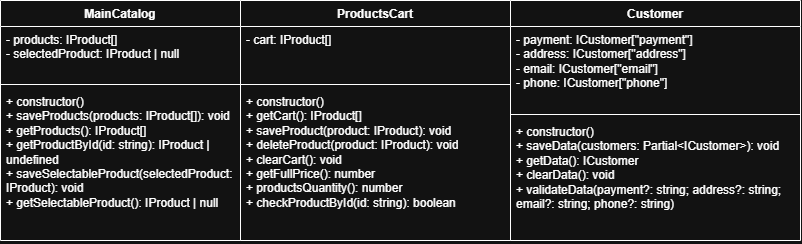
This is public/classes.png from viceede/weblarek, a draw.io export, as it was before one commit. Source tidied: cells renumbered, new cells last; positions are measured from the earlier drawing's top-left corner, leaving out a move shared by most shapes. The source it was exported from:
```xml
<mxGraphModel>
  <root>
    <mxCell id="0" />
    <mxCell id="1" parent="0" />
    <mxCell id="2" value="MainCatalog" style="swimlane;fontStyle=1;align=center;verticalAlign=top;horizontal=1;startSize=26;whiteSpace=wrap;html=1;" parent="1" vertex="1">
      <mxGeometry width="240" height="240" as="geometry" />
    </mxCell>
    <mxCell id="3" value="- products: IProduct[]&lt;div&gt;- selectedProduct: IProduct | null&lt;/div&gt;" style="text;strokeColor=none;fillColor=none;align=left;verticalAlign=top;spacingLeft=4;spacingRight=4;overflow=hidden;whiteSpace=wrap;html=1;" parent="2" vertex="1">
      <mxGeometry y="26" width="240" height="54" as="geometry" />
    </mxCell>
    <mxCell id="4" style="line;strokeWidth=1;fillColor=none;align=left;verticalAlign=middle;spacingTop=-1;spacingLeft=3;spacingRight=3;labelPosition=right;strokeColor=inherit;" parent="2" vertex="1">
      <mxGeometry y="80" width="240" height="8" as="geometry" />
    </mxCell>
    <mxCell id="5" value="+ constructor()&lt;div&gt;+ saveProducts(products: IProduct[]): void&lt;/div&gt;&lt;div&gt;+ getProducts(): IProduct[]&lt;/div&gt;&lt;div&gt;+ getProductById(id: string): IProduct | undefined&lt;/div&gt;&lt;div&gt;+ saveSelectableProduct(selectedProduct: IProduct): void&lt;/div&gt;&lt;div&gt;+ getSelectableProduct(): IProduct | null&lt;br&gt;&lt;div&gt;&lt;br&gt;&lt;/div&gt;&lt;/div&gt;" style="text;strokeColor=none;fillColor=none;align=left;verticalAlign=top;spacingLeft=4;spacingRight=4;overflow=hidden;whiteSpace=wrap;html=1;" parent="2" vertex="1">
      <mxGeometry y="88" width="240" height="152" as="geometry" />
    </mxCell>
    <mxCell id="6" value="ProductsCart" style="swimlane;fontStyle=1;align=center;verticalAlign=top;horizontal=1;startSize=26;whiteSpace=wrap;html=1;" parent="1" vertex="1">
      <mxGeometry x="240" width="270" height="240" as="geometry" />
    </mxCell>
    <mxCell id="7" value="- cart: IProduct[]" style="text;strokeColor=none;fillColor=none;align=left;verticalAlign=top;spacingLeft=4;spacingRight=4;overflow=hidden;whiteSpace=wrap;html=1;" parent="6" vertex="1">
      <mxGeometry y="26" width="270" height="54" as="geometry" />
    </mxCell>
    <mxCell id="8" style="line;strokeWidth=1;fillColor=none;align=left;verticalAlign=middle;spacingTop=-1;spacingLeft=3;spacingRight=3;labelPosition=right;strokeColor=inherit;" parent="6" vertex="1">
      <mxGeometry y="80" width="270" height="8" as="geometry" />
    </mxCell>
    <mxCell id="9" value="+ constructor()&lt;div&gt;+ getCart(): IProduct[]&lt;/div&gt;&lt;div&gt;+ saveProduct(product: IProduct): void&lt;/div&gt;&lt;div&gt;+ deleteProduct(product: IProduct): void&lt;/div&gt;&lt;div&gt;+ clearCart(): void&lt;/div&gt;&lt;div&gt;+ getFullPrice(): number&lt;/div&gt;&lt;div&gt;+ productsQuantity(): number&lt;/div&gt;&lt;div&gt;+ checkProductById(id: string): boolean&lt;/div&gt;" style="text;strokeColor=none;fillColor=none;align=left;verticalAlign=top;spacingLeft=4;spacingRight=4;overflow=hidden;whiteSpace=wrap;html=1;" parent="6" vertex="1">
      <mxGeometry y="88" width="270" height="152" as="geometry" />
    </mxCell>
    <mxCell id="10" value="Customer" style="swimlane;fontStyle=1;align=center;verticalAlign=top;horizontal=1;startSize=26;whiteSpace=wrap;html=1;" parent="1" vertex="1">
      <mxGeometry x="510" width="290" height="240" as="geometry" />
    </mxCell>
    <mxCell id="11" value="- payment: ICustomer[&quot;payment&quot;]&lt;div&gt;- address: ICustomer[&quot;address&quot;]&lt;/div&gt;&lt;div&gt;- email: ICustomer[&quot;email&quot;]&lt;/div&gt;&lt;div&gt;- phone: ICustomer[&quot;phone&quot;]&lt;/div&gt;" style="text;strokeColor=none;fillColor=none;align=left;verticalAlign=top;spacingLeft=4;spacingRight=4;overflow=hidden;whiteSpace=wrap;html=1;" parent="10" vertex="1">
      <mxGeometry y="26" width="290" height="84" as="geometry" />
    </mxCell>
    <mxCell id="12" style="line;strokeWidth=1;fillColor=none;align=left;verticalAlign=middle;spacingTop=-1;spacingLeft=3;spacingRight=3;labelPosition=right;strokeColor=inherit;" parent="10" vertex="1">
      <mxGeometry y="110" width="290" height="8" as="geometry" />
    </mxCell>
    <mxCell id="13" value="+ constructor()&lt;div&gt;+ saveData(customers: Partial&amp;lt;ICustomer&amp;gt;): void&lt;/div&gt;&lt;div&gt;+ getData(): ICustomer&lt;/div&gt;&lt;div&gt;+ clearData(): void&lt;/div&gt;&lt;div&gt;+ validateData(payment?: string; address?: string; email?: string; phone?: string)&lt;/div&gt;" style="text;strokeColor=none;fillColor=none;align=left;verticalAlign=top;spacingLeft=4;spacingRight=4;overflow=hidden;whiteSpace=wrap;html=1;" parent="10" vertex="1">
      <mxGeometry y="118" width="290" height="122" as="geometry" />
    </mxCell>
  </root>
</mxGraphModel>
```
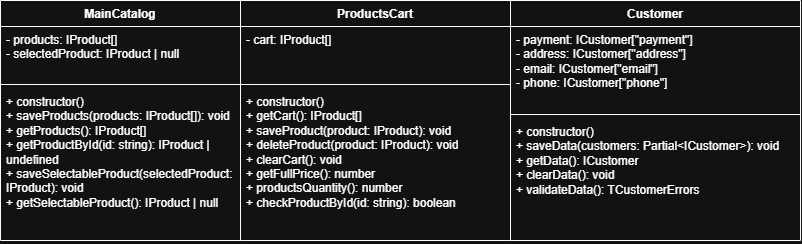
After the change.

What changed in the source:
```diff
@@ -35,7 +35,7 @@
     <mxCell id="12" style="line;strokeWidth=1;fillColor=none;align=left;verticalAlign=middle;spacingTop=-1;spacingLeft=3;spacingRight=3;labelPosition=right;strokeColor=inherit;" parent="10" vertex="1">
       <mxGeometry y="110" width="290" height="8" as="geometry" />
     </mxCell>
-    <mxCell id="13" value="+ constructor()&lt;div&gt;+ saveData(customers: Partial&amp;lt;ICustomer&amp;gt;): void&lt;/div&gt;&lt;div&gt;+ getData(): ICustomer&lt;/div&gt;&lt;div&gt;+ clearData(): void&lt;/div&gt;&lt;div&gt;+ validateData(payment?: string; address?: string; email?: string; phone?: string)&lt;/div&gt;" style="text;strokeColor=none;fillColor=none;align=left;verticalAlign=top;spacingLeft=4;spacingRight=4;overflow=hidden;whiteSpace=wrap;html=1;" parent="10" vertex="1">
+    <mxCell id="13" value="+ constructor()&lt;div&gt;+ saveData(customers: Partial&amp;lt;ICustomer&amp;gt;): void&lt;/div&gt;&lt;div&gt;+ getData(): ICustomer&lt;/div&gt;&lt;div&gt;+ clearData(): void&lt;/div&gt;&lt;div&gt;+ validateData(): TCustomerErrors&lt;/div&gt;" style="text;strokeColor=none;fillColor=none;align=left;verticalAlign=top;spacingLeft=4;spacingRight=4;overflow=hidden;whiteSpace=wrap;html=1;" parent="10" vertex="1">
       <mxGeometry y="118" width="290" height="122" as="geometry" />
     </mxCell>
   </root>
```
